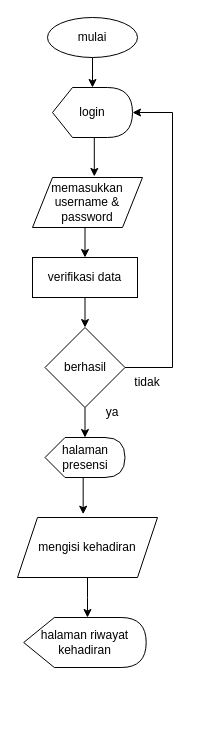
Brainstormers-comunity/Presensi-Digital keeps this draw.io diagram as flowchart_presensi.drawio. Above is the earlier version. Source tidied: cells renumbered, new cells numbered last; positions are measured from the earlier drawing's top-left corner, leaving out a move shared by most shapes. Both pictures are drawn from the tidied source at 100%, with x=0, y=0 at pixel (17, 17).
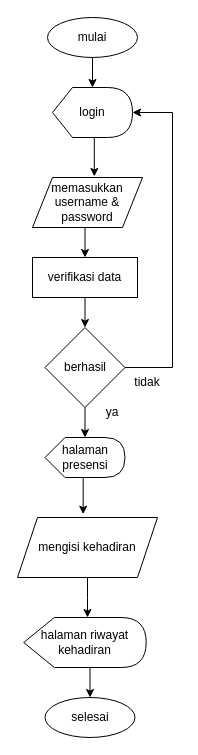
After the change.

Unchanged cells that the change refers to:
```xml
<mxCell id="19" value="halaman riwayat kehadiran" style="shape=display;whiteSpace=wrap;html=1;" parent="1" vertex="1">
  <mxGeometry x="6.2" y="600" width="122.5" height="50" as="geometry" />
</mxCell>
```

Diff of the diagram source:
```diff
@@
+    <mxCell id="20" style="edgeStyle=orthogonalEdgeStyle;rounded=0;jettySize=auto;html=1;exitX=0;exitY=0;exitDx=64.0625;exitDy=50;exitPerimeter=0;entryX=0.5;entryY=0;entryDx=0;entryDy=0;" parent="1" edge="1" source="19" target="21">
+      <mxGeometry relative="1" as="geometry" />
+    </mxCell>
@@
+    <mxCell id="21" value="selesai" style="ellipse;whiteSpace=wrap;html=1;" parent="1" vertex="1">
+      <mxGeometry x="27.5" y="680" width="90" height="40" as="geometry" />
+    </mxCell>
```
